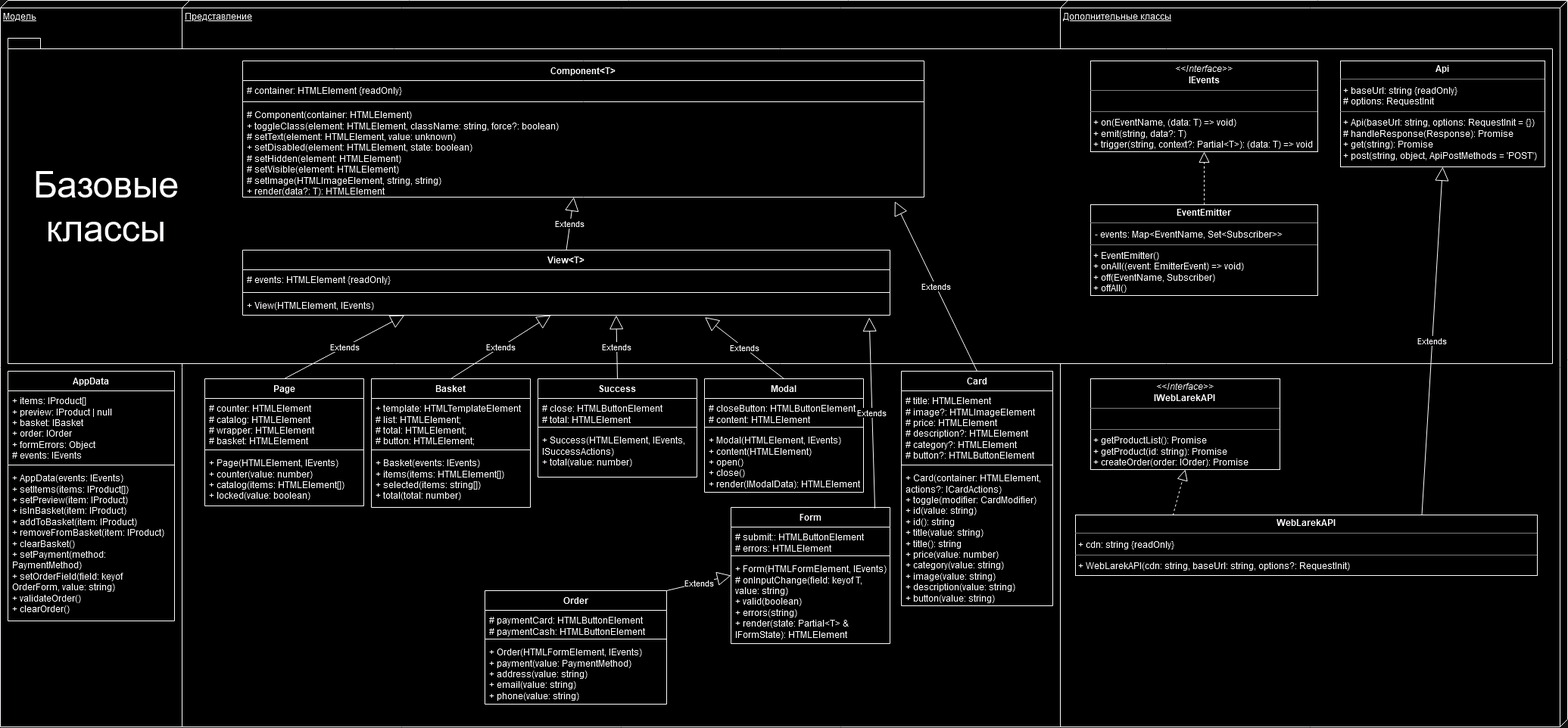
Earlier version of the draw.io export web-larek.drawio.png (Estisui/web-larek-frontend). Source tidied: cells renumbered, new cells last; positions are measured from the earlier drawing's top-left corner, leaving out a move shared by most shapes.
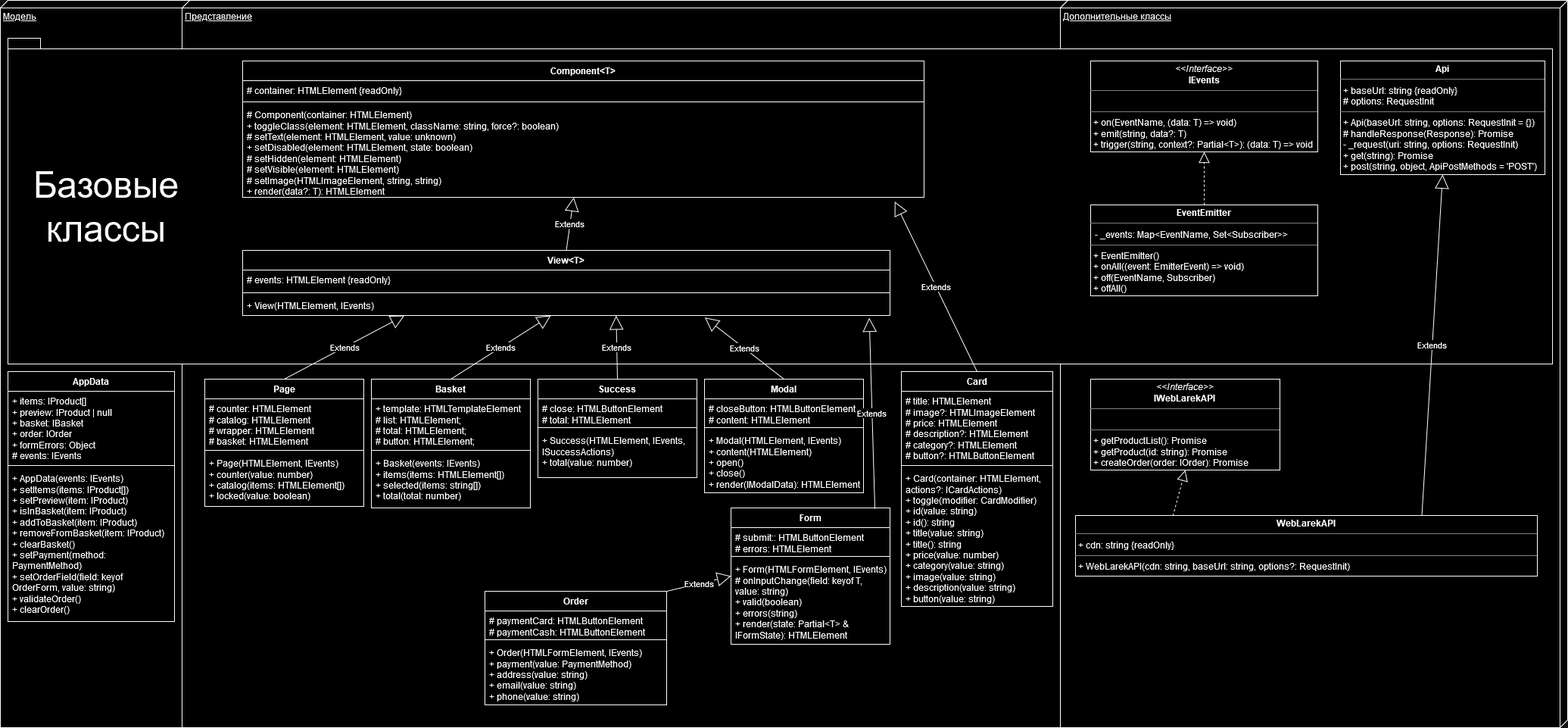
The same diagram one commit later.

Change to the diagram source:
```diff
@@ -29,8 +29,8 @@
     <mxCell id="10" value="&lt;font style=&quot;font-size: 48px;&quot;&gt;Базовые классы&lt;/font&gt;" style="text;html=1;align=center;verticalAlign=middle;whiteSpace=wrap;rounded=0;" parent="1" vertex="1">
       <mxGeometry x="30" y="170" width="220" height="205" as="geometry" />
     </mxCell>
-    <mxCell id="11" value="&lt;p style=&quot;margin:0px;margin-top:4px;text-align:center;&quot;&gt;&lt;b&gt;Api&lt;/b&gt;&lt;/p&gt;&lt;hr size=&quot;1&quot;&gt;&lt;p style=&quot;margin:0px;margin-left:4px;&quot;&gt;+ baseUrl: string {readOnly}&lt;/p&gt;&lt;p style=&quot;margin:0px;margin-left:4px;&quot;&gt;# options: RequestInit&lt;br&gt;&lt;/p&gt;&lt;hr size=&quot;1&quot;&gt;&lt;p style=&quot;margin:0px;margin-left:4px;&quot;&gt;+ Api(baseUrl: string, options: RequestInit = {})&lt;/p&gt;&lt;p style=&quot;margin:0px;margin-left:4px;&quot;&gt;# handleResponse(Response): Promise&lt;/p&gt;&lt;p style=&quot;margin:0px;margin-left:4px;&quot;&gt;+ get(string): Promise&lt;/p&gt;&lt;p style=&quot;margin:0px;margin-left:4px;&quot;&gt;+ post(string, object, ApiPostMethods = 'POST')&lt;br&gt;&lt;/p&gt;" style="verticalAlign=top;align=left;overflow=fill;fontSize=12;fontFamily=Helvetica;html=1;whiteSpace=wrap;" parent="1" vertex="1">
-      <mxGeometry x="1770" y="80" width="270" height="140" as="geometry" />
+    <mxCell id="11" value="&lt;p style=&quot;margin:0px;margin-top:4px;text-align:center;&quot;&gt;&lt;b&gt;Api&lt;/b&gt;&lt;/p&gt;&lt;hr size=&quot;1&quot;&gt;&lt;p style=&quot;margin:0px;margin-left:4px;&quot;&gt;+ baseUrl: string {readOnly}&lt;/p&gt;&lt;p style=&quot;margin:0px;margin-left:4px;&quot;&gt;# options: RequestInit&lt;br&gt;&lt;/p&gt;&lt;hr size=&quot;1&quot;&gt;&lt;p style=&quot;margin:0px;margin-left:4px;&quot;&gt;+ Api(baseUrl: string, options: RequestInit = {})&lt;/p&gt;&lt;p style=&quot;margin:0px;margin-left:4px;&quot;&gt;# handleResponse(Response): Promise&lt;/p&gt;&lt;p style=&quot;margin:0px;margin-left:4px;&quot;&gt;- _request(uri: string, options: RequestInit)&lt;br&gt;&lt;/p&gt;&lt;p style=&quot;margin:0px;margin-left:4px;&quot;&gt;+ get(string): Promise&lt;/p&gt;&lt;p style=&quot;margin:0px;margin-left:4px;&quot;&gt;+ post(string, object, ApiPostMethods = 'POST')&lt;br&gt;&lt;/p&gt;" style="verticalAlign=top;align=left;overflow=fill;fontSize=12;fontFamily=Helvetica;html=1;whiteSpace=wrap;" parent="1" vertex="1">
+      <mxGeometry x="1770" y="80" width="270" height="150" as="geometry" />
     </mxCell>
     <mxCell id="12" value="Extends" style="endArrow=block;endSize=16;endFill=0;html=1;rounded=0;entryX=0.5;entryY=1;entryDx=0;entryDy=0;exitX=0.75;exitY=0;exitDx=0;exitDy=0;" parent="1" edge="1" source="42" target="11">
       <mxGeometry relative="1" as="geometry" />
@@ -38,7 +38,7 @@
     <mxCell id="13" value="&lt;p style=&quot;margin:0px;margin-top:4px;text-align:center;&quot;&gt;&lt;i&gt;&amp;lt;&amp;lt;Interface&amp;gt;&amp;gt;&lt;/i&gt;&lt;br&gt;&lt;b&gt;IEvents&lt;/b&gt;&lt;/p&gt;&lt;hr size=&quot;1&quot;&gt;&lt;br&gt;&lt;hr size=&quot;1&quot;&gt;&lt;p style=&quot;margin:0px;margin-left:4px;&quot;&gt;+ on(EventName, (data: T) =&amp;gt; void)&lt;/p&gt;&lt;p style=&quot;margin:0px;margin-left:4px;&quot;&gt;+ emit(string, data?: T)&lt;/p&gt;&lt;p style=&quot;margin:0px;margin-left:4px;&quot;&gt;+ trigger(string, context?: Partial&amp;lt;T&amp;gt;): (data: T) =&amp;gt; void&lt;/p&gt;" style="verticalAlign=top;align=left;overflow=fill;fontSize=12;fontFamily=Helvetica;html=1;whiteSpace=wrap;" parent="1" vertex="1">
       <mxGeometry x="1440" y="80" width="300" height="120" as="geometry" />
     </mxCell>
-    <mxCell id="14" value="&lt;p style=&quot;margin:0px;margin-top:4px;text-align:center;&quot;&gt;&lt;b&gt;EventEmitter&lt;/b&gt;&lt;/p&gt;&lt;hr size=&quot;1&quot;&gt;&amp;nbsp; -&amp;nbsp;events: Map&amp;lt;EventName, Set&amp;lt;Subscriber&amp;gt;&amp;gt;&lt;br&gt;&lt;hr size=&quot;1&quot;&gt;&lt;p style=&quot;margin:0px;margin-left:4px;&quot;&gt;+ EventEmitter()&lt;/p&gt;&lt;p style=&quot;margin:0px;margin-left:4px;&quot;&gt;+ onAll((event: EmitterEvent) =&amp;gt; void)&lt;br&gt;+ off(EventName, Subscriber)&lt;br&gt;+&amp;nbsp;offAll()&lt;/p&gt;" style="verticalAlign=top;align=left;overflow=fill;fontSize=12;fontFamily=Helvetica;html=1;whiteSpace=wrap;" parent="1" vertex="1">
+    <mxCell id="14" value="&lt;p style=&quot;margin:0px;margin-top:4px;text-align:center;&quot;&gt;&lt;b&gt;EventEmitter&lt;/b&gt;&lt;/p&gt;&lt;hr size=&quot;1&quot;&gt;&amp;nbsp; - _events: Map&amp;lt;EventName, Set&amp;lt;Subscriber&amp;gt;&amp;gt;&lt;br&gt;&lt;hr size=&quot;1&quot;&gt;&lt;p style=&quot;margin:0px;margin-left:4px;&quot;&gt;+ EventEmitter()&lt;/p&gt;&lt;p style=&quot;margin:0px;margin-left:4px;&quot;&gt;+ onAll((event: EmitterEvent) =&amp;gt; void)&lt;br&gt;+ off(EventName, Subscriber)&lt;br&gt;+&amp;nbsp;offAll()&lt;/p&gt;" style="verticalAlign=top;align=left;overflow=fill;fontSize=12;fontFamily=Helvetica;html=1;whiteSpace=wrap;" parent="1" vertex="1">
       <mxGeometry x="1440" y="270" width="300" height="120" as="geometry" />
     </mxCell>
     <mxCell id="15" style="endArrow=block;dashed=1;endFill=0;endSize=12;html=1;rounded=0;fontSize=12;curved=1;entryX=0.5;entryY=1;entryDx=0;entryDy=0;exitX=0.5;exitY=0;exitDx=0;exitDy=0;" parent="1" edge="1" source="14" target="13">
```
